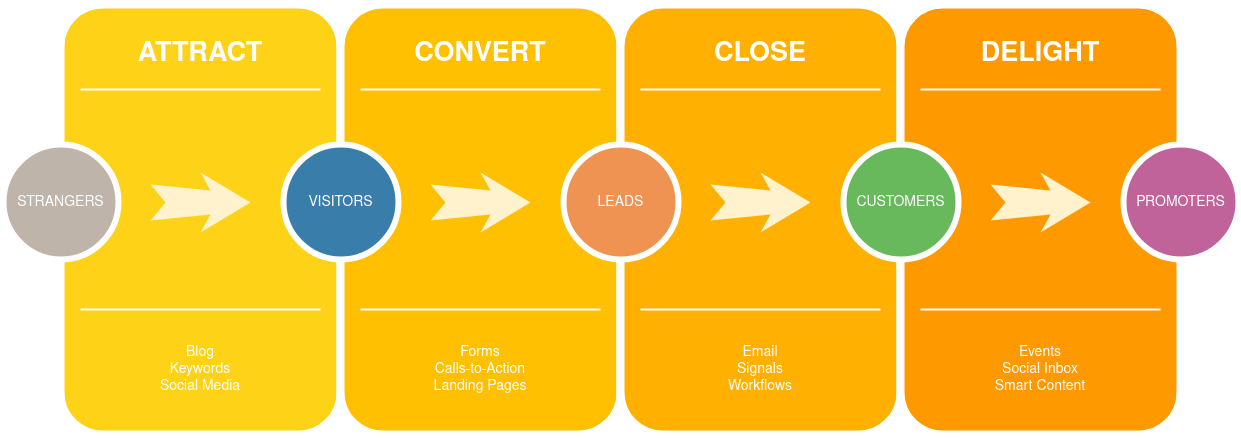
enavarrom/operatortest keeps this draw.io diagram as CI_Diagram.drawio.png. Above is the earlier version. Source tidied: cells renumbered, new cells last; positions are measured from the earlier drawing's top-left corner, leaving out a move shared by most shapes.
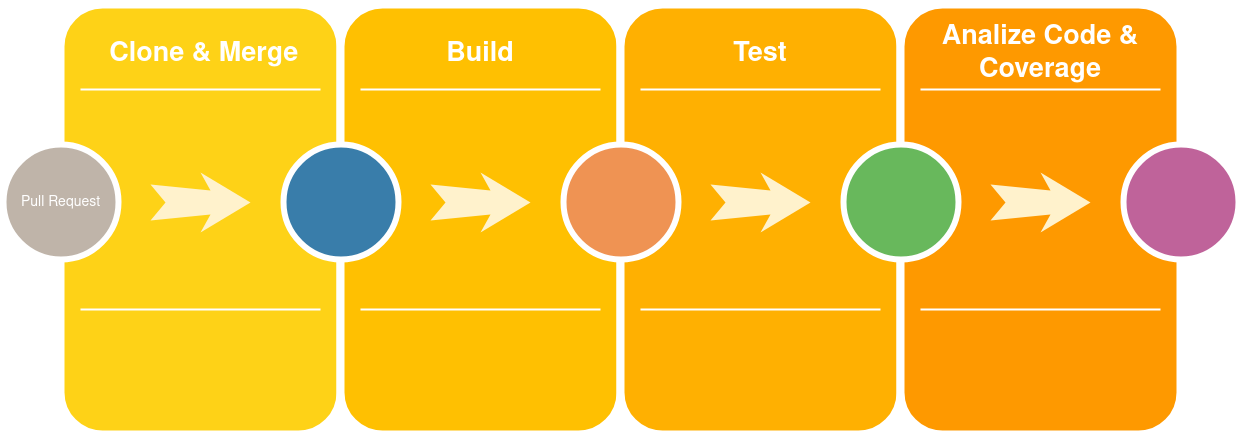
Later version of the same file.

Change to the diagram source:
```diff
@@ -5,19 +5,16 @@
     <mxCell id="2" style="whiteSpace=wrap;html=1;rounded=1;shadow=0;strokeWidth=8;fontSize=20;align=center;fillColor=#FED217;strokeColor=#FFFFFF;" parent="1" vertex="1">
       <mxGeometry x="57" width="280" height="430" as="geometry" />
     </mxCell>
-    <mxCell id="3" value="ATTRACT" style="text;html=1;strokeColor=none;fillColor=none;align=center;verticalAlign=middle;whiteSpace=wrap;rounded=0;shadow=0;fontSize=27;fontColor=#FFFFFF;fontStyle=1;" parent="1" vertex="1">
+    <mxCell id="3" value="&amp;nbsp;Clone &amp;amp; Merge" style="text;html=1;strokeColor=none;fillColor=none;align=center;verticalAlign=middle;whiteSpace=wrap;rounded=0;shadow=0;fontSize=27;fontColor=#FFFFFF;fontStyle=1;" parent="1" vertex="1">
       <mxGeometry x="57" y="20" width="280" height="60" as="geometry" />
     </mxCell>
-    <mxCell id="4" value="Blog&lt;div&gt;Keywords&lt;/div&gt;&lt;div&gt;Social Media&lt;/div&gt;" style="text;html=1;strokeColor=none;fillColor=none;align=center;verticalAlign=middle;whiteSpace=wrap;rounded=0;shadow=0;fontSize=14;fontColor=#FFFFFF;" parent="1" vertex="1">
-      <mxGeometry x="57" y="320" width="280" height="90" as="geometry" />
-    </mxCell>
     <mxCell id="5" style="line;strokeWidth=2;html=1;rounded=0;shadow=0;fontSize=27;align=center;fillColor=none;strokeColor=#FFFFFF;" parent="1" vertex="1">
       <mxGeometry x="77" y="80" width="240" height="10" as="geometry" />
     </mxCell>
     <mxCell id="6" style="line;strokeWidth=2;html=1;rounded=0;shadow=0;fontSize=27;align=center;fillColor=none;strokeColor=#FFFFFF;" parent="1" vertex="1">
       <mxGeometry x="77" y="300" width="240" height="10" as="geometry" />
     </mxCell>
-    <mxCell id="7" value="STRANGERS" style="ellipse;whiteSpace=wrap;html=1;rounded=0;shadow=0;strokeWidth=6;fontSize=14;align=center;fillColor=#BFB4A9;strokeColor=#FFFFFF;fontColor=#FFFFFF;" parent="1" vertex="1">
+    <mxCell id="7" value="Pull Request" style="ellipse;whiteSpace=wrap;html=1;rounded=0;shadow=0;strokeWidth=6;fontSize=14;align=center;fillColor=#BFB4A9;strokeColor=#FFFFFF;fontColor=#FFFFFF;" parent="1" vertex="1">
       <mxGeometry y="140" width="115" height="115" as="geometry" />
     </mxCell>
     <mxCell id="8" style="html=1;shadow=0;dashed=0;align=center;verticalAlign=middle;shape=mxgraph.arrows2.stylisedArrow;dy=0.6;dx=40;notch=15;feather=0.4;rounded=0;strokeWidth=1;fontSize=27;strokeColor=none;fillColor=#fff2cc;" parent="1" vertex="1">
@@ -26,19 +23,16 @@
     <mxCell id="9" style="whiteSpace=wrap;html=1;rounded=1;shadow=0;strokeWidth=8;fontSize=20;align=center;fillColor=#FFC001;strokeColor=#FFFFFF;" parent="1" vertex="1">
       <mxGeometry x="337" width="280" height="430" as="geometry" />
     </mxCell>
-    <mxCell id="10" value="CONVERT" style="text;html=1;strokeColor=none;fillColor=none;align=center;verticalAlign=middle;whiteSpace=wrap;rounded=0;shadow=0;fontSize=27;fontColor=#FFFFFF;fontStyle=1;" parent="1" vertex="1">
+    <mxCell id="10" value="Build" style="text;html=1;strokeColor=none;fillColor=none;align=center;verticalAlign=middle;whiteSpace=wrap;rounded=0;shadow=0;fontSize=27;fontColor=#FFFFFF;fontStyle=1;" parent="1" vertex="1">
       <mxGeometry x="337" y="20" width="280" height="60" as="geometry" />
     </mxCell>
-    <mxCell id="11" value="Forms&lt;div&gt;Calls-to-Action&lt;/div&gt;&lt;div&gt;Landing Pages&lt;/div&gt;" style="text;html=1;strokeColor=none;fillColor=none;align=center;verticalAlign=middle;whiteSpace=wrap;rounded=0;shadow=0;fontSize=14;fontColor=#FFFFFF;" parent="1" vertex="1">
-      <mxGeometry x="337" y="320" width="280" height="90" as="geometry" />
-    </mxCell>
     <mxCell id="12" style="line;strokeWidth=2;html=1;rounded=0;shadow=0;fontSize=27;align=center;fillColor=none;strokeColor=#FFFFFF;" parent="1" vertex="1">
       <mxGeometry x="357" y="80" width="240" height="10" as="geometry" />
     </mxCell>
     <mxCell id="13" style="line;strokeWidth=2;html=1;rounded=0;shadow=0;fontSize=27;align=center;fillColor=none;strokeColor=#FFFFFF;" parent="1" vertex="1">
       <mxGeometry x="357" y="300" width="240" height="10" as="geometry" />
     </mxCell>
-    <mxCell id="14" value="VISITORS" style="ellipse;whiteSpace=wrap;html=1;rounded=0;shadow=0;strokeWidth=6;fontSize=14;align=center;fillColor=#397DAA;strokeColor=#FFFFFF;fontColor=#FFFFFF;" parent="1" vertex="1">
+    <mxCell id="14" style="ellipse;whiteSpace=wrap;html=1;rounded=0;shadow=0;strokeWidth=6;fontSize=14;align=center;fillColor=#397DAA;strokeColor=#FFFFFF;fontColor=#FFFFFF;" parent="1" vertex="1">
       <mxGeometry x="280" y="140" width="115" height="115" as="geometry" />
     </mxCell>
     <mxCell id="15" style="html=1;shadow=0;dashed=0;align=center;verticalAlign=middle;shape=mxgraph.arrows2.stylisedArrow;dy=0.6;dx=40;notch=15;feather=0.4;rounded=0;strokeWidth=1;fontSize=27;strokeColor=none;fillColor=#fff2cc;" parent="1" vertex="1">
@@ -47,19 +41,16 @@
     <mxCell id="16" style="whiteSpace=wrap;html=1;rounded=1;shadow=0;strokeWidth=8;fontSize=20;align=center;fillColor=#FFB001;strokeColor=#FFFFFF;" parent="1" vertex="1">
       <mxGeometry x="617" width="280" height="430" as="geometry" />
     </mxCell>
-    <mxCell id="17" value="CLOSE" style="text;html=1;strokeColor=none;fillColor=none;align=center;verticalAlign=middle;whiteSpace=wrap;rounded=0;shadow=0;fontSize=27;fontColor=#FFFFFF;fontStyle=1;" parent="1" vertex="1">
+    <mxCell id="17" value="Test" style="text;html=1;strokeColor=none;fillColor=none;align=center;verticalAlign=middle;whiteSpace=wrap;rounded=0;shadow=0;fontSize=27;fontColor=#FFFFFF;fontStyle=1;" parent="1" vertex="1">
       <mxGeometry x="617" y="20" width="280" height="60" as="geometry" />
     </mxCell>
-    <mxCell id="18" value="Email&lt;div&gt;Signals&lt;/div&gt;&lt;div&gt;Workflows&lt;/div&gt;" style="text;html=1;strokeColor=none;fillColor=none;align=center;verticalAlign=middle;whiteSpace=wrap;rounded=0;shadow=0;fontSize=14;fontColor=#FFFFFF;" parent="1" vertex="1">
-      <mxGeometry x="617" y="320" width="280" height="90" as="geometry" />
-    </mxCell>
     <mxCell id="19" style="line;strokeWidth=2;html=1;rounded=0;shadow=0;fontSize=27;align=center;fillColor=none;strokeColor=#FFFFFF;" parent="1" vertex="1">
       <mxGeometry x="637" y="80" width="240" height="10" as="geometry" />
     </mxCell>
     <mxCell id="20" style="line;strokeWidth=2;html=1;rounded=0;shadow=0;fontSize=27;align=center;fillColor=none;strokeColor=#FFFFFF;" parent="1" vertex="1">
       <mxGeometry x="637" y="300" width="240" height="10" as="geometry" />
     </mxCell>
-    <mxCell id="21" value="LEADS" style="ellipse;whiteSpace=wrap;html=1;rounded=0;shadow=0;strokeWidth=6;fontSize=14;align=center;fillColor=#EF9353;strokeColor=#FFFFFF;fontColor=#FFFFFF;" parent="1" vertex="1">
+    <mxCell id="21" style="ellipse;whiteSpace=wrap;html=1;rounded=0;shadow=0;strokeWidth=6;fontSize=14;align=center;fillColor=#EF9353;strokeColor=#FFFFFF;fontColor=#FFFFFF;" parent="1" vertex="1">
       <mxGeometry x="560" y="140" width="115" height="115" as="geometry" />
     </mxCell>
     <mxCell id="22" style="html=1;shadow=0;dashed=0;align=center;verticalAlign=middle;shape=mxgraph.arrows2.stylisedArrow;dy=0.6;dx=40;notch=15;feather=0.4;rounded=0;strokeWidth=1;fontSize=27;strokeColor=none;fillColor=#fff2cc;" parent="1" vertex="1">
@@ -68,25 +59,22 @@
     <mxCell id="23" style="whiteSpace=wrap;html=1;rounded=1;shadow=0;strokeWidth=8;fontSize=20;align=center;fillColor=#FE9900;strokeColor=#FFFFFF;" parent="1" vertex="1">
       <mxGeometry x="897" width="280" height="430" as="geometry" />
     </mxCell>
-    <mxCell id="24" value="DELIGHT" style="text;html=1;strokeColor=none;fillColor=none;align=center;verticalAlign=middle;whiteSpace=wrap;rounded=0;shadow=0;fontSize=27;fontColor=#FFFFFF;fontStyle=1;" parent="1" vertex="1">
+    <mxCell id="24" value="Analize Code &amp;amp; Coverage" style="text;html=1;strokeColor=none;fillColor=none;align=center;verticalAlign=middle;whiteSpace=wrap;rounded=0;shadow=0;fontSize=27;fontColor=#FFFFFF;fontStyle=1;" parent="1" vertex="1">
       <mxGeometry x="897" y="20" width="280" height="60" as="geometry" />
     </mxCell>
-    <mxCell id="25" value="Events&lt;div&gt;Social Inbox&lt;/div&gt;&lt;div&gt;Smart Content&lt;/div&gt;" style="text;html=1;strokeColor=none;fillColor=none;align=center;verticalAlign=middle;whiteSpace=wrap;rounded=0;shadow=0;fontSize=14;fontColor=#FFFFFF;" parent="1" vertex="1">
-      <mxGeometry x="897" y="320" width="280" height="90" as="geometry" />
-    </mxCell>
     <mxCell id="26" style="line;strokeWidth=2;html=1;rounded=0;shadow=0;fontSize=27;align=center;fillColor=none;strokeColor=#FFFFFF;" parent="1" vertex="1">
       <mxGeometry x="917" y="80" width="240" height="10" as="geometry" />
     </mxCell>
     <mxCell id="27" style="line;strokeWidth=2;html=1;rounded=0;shadow=0;fontSize=27;align=center;fillColor=none;strokeColor=#FFFFFF;" parent="1" vertex="1">
       <mxGeometry x="917" y="300" width="240" height="10" as="geometry" />
     </mxCell>
-    <mxCell id="28" value="CUSTOMERS" style="ellipse;whiteSpace=wrap;html=1;rounded=0;shadow=0;strokeWidth=6;fontSize=14;align=center;fillColor=#68B85C;strokeColor=#FFFFFF;fontColor=#FFFFFF;" parent="1" vertex="1">
+    <mxCell id="28" style="ellipse;whiteSpace=wrap;html=1;rounded=0;shadow=0;strokeWidth=6;fontSize=14;align=center;fillColor=#68B85C;strokeColor=#FFFFFF;fontColor=#FFFFFF;" parent="1" vertex="1">
       <mxGeometry x="840" y="140" width="115" height="115" as="geometry" />
     </mxCell>
     <mxCell id="29" style="html=1;shadow=0;dashed=0;align=center;verticalAlign=middle;shape=mxgraph.arrows2.stylisedArrow;dy=0.6;dx=40;notch=15;feather=0.4;rounded=0;strokeWidth=1;fontSize=27;strokeColor=none;fillColor=#fff2cc;" parent="1" vertex="1">
       <mxGeometry x="987" y="168" width="100" height="60" as="geometry" />
     </mxCell>
-    <mxCell id="30" value="PROMOTERS" style="ellipse;whiteSpace=wrap;html=1;rounded=0;shadow=0;strokeWidth=6;fontSize=14;align=center;fillColor=#BF639A;strokeColor=#FFFFFF;fontColor=#FFFFFF;" parent="1" vertex="1">
+    <mxCell id="30" style="ellipse;whiteSpace=wrap;html=1;rounded=0;shadow=0;strokeWidth=6;fontSize=14;align=center;fillColor=#BF639A;strokeColor=#FFFFFF;fontColor=#FFFFFF;" parent="1" vertex="1">
       <mxGeometry x="1120" y="140" width="115" height="115" as="geometry" />
     </mxCell>
   </root>
```
